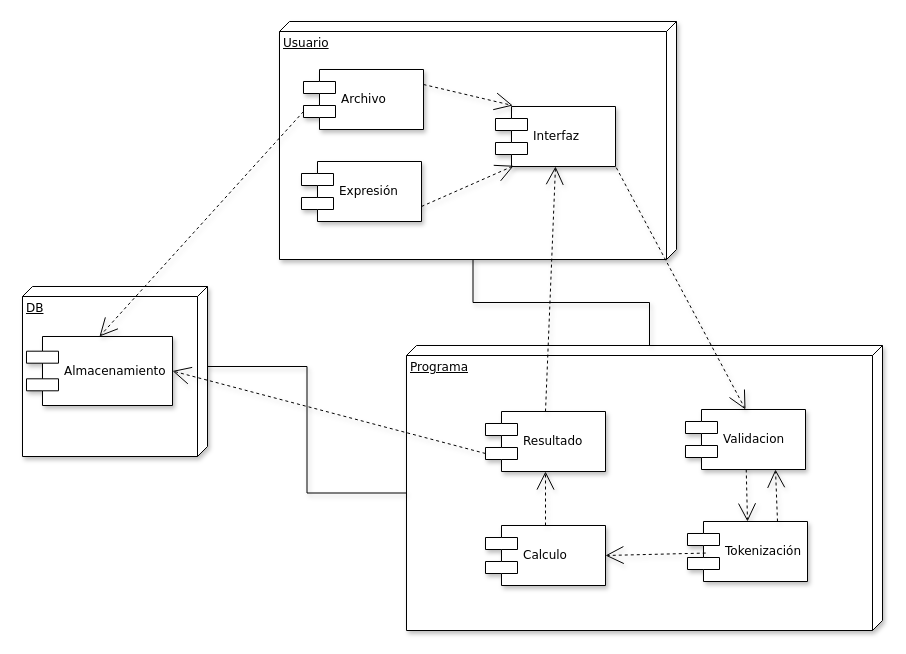
Before: page "Despliegue" (4 of 4) of docs/arquitectura/drawio/Diagramas_Vista_Estructural_Activa_Fisica.drawio.xml in eraymundogonzalez-hash/Proyecto_final-Evaluador_de_expresiones, a draw.io diagram. Source tidied: cells renumbered, new cells numbered last; positions are measured from the earlier drawing's top-left corner, leaving out a move shared by most shapes. Both pictures are drawn from the tidied source at 100%, with x=0, y=0 at pixel (22, 21).
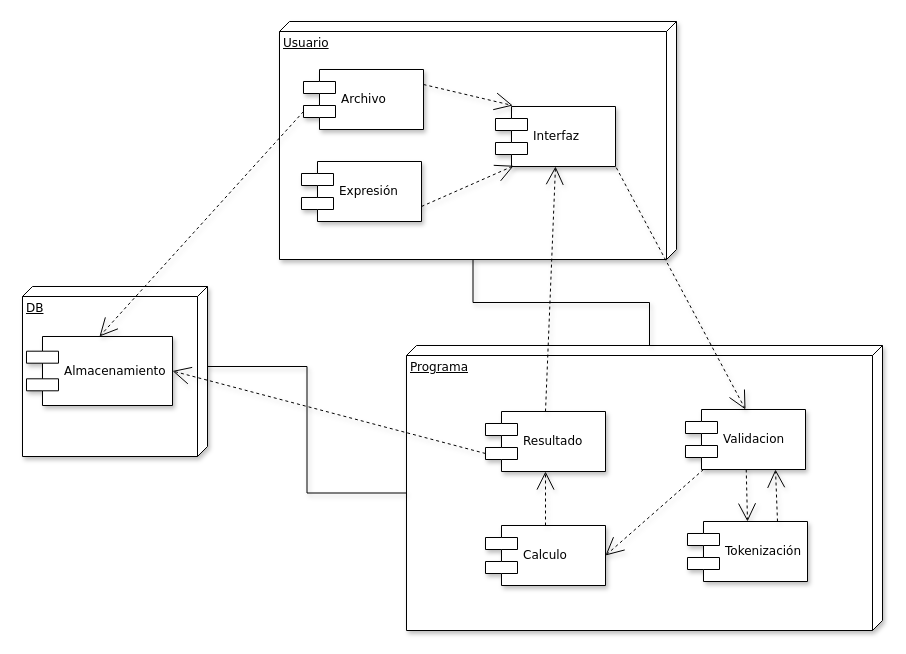
The same diagram, later.

Commit message (it also covers changes not shown here):
diagrama de despliegue corregido

The change refers to these unchanged cells:
```xml
<mxCell id="6" value="Validacion" style="shape=component;align=left;spacingLeft=36;rounded=0;shadow=1;comic=0;labelBackgroundColor=none;strokeWidth=1;fontFamily=Verdana;fontSize=12;html=1;" parent="1" vertex="1">
  <mxGeometry x="663" y="388" width="120" height="60" as="geometry" />
</mxCell>
<mxCell id="9" value="Tokenización" style="shape=component;align=left;spacingLeft=36;rounded=0;shadow=1;comic=0;labelBackgroundColor=none;strokeWidth=1;fontFamily=Verdana;fontSize=12;html=1;" parent="1" vertex="1">
  <mxGeometry x="665" y="500" width="120" height="60" as="geometry" />
</mxCell>
<mxCell id="18" value="Calculo" style="shape=component;align=left;spacingLeft=36;rounded=0;shadow=1;comic=0;labelBackgroundColor=none;strokeWidth=1;fontFamily=Verdana;fontSize=12;html=1;" parent="1" vertex="1">
  <mxGeometry x="463" y="504" width="120" height="60" as="geometry" />
</mxCell>
```

Change to the diagram source:
```diff
@@
-    <mxCell id="17" style="edgeStyle=none;rounded=0;html=1;dashed=1;labelBackgroundColor=none;startArrow=none;startFill=0;startSize=8;endArrow=open;endFill=0;endSize=16;fontFamily=Verdana;fontSize=12;shadow=1;exitX=0.152;exitY=0.526;exitDx=0;exitDy=0;entryX=1;entryY=0.5;entryDx=0;entryDy=0;exitPerimeter=0;" parent="1" edge="1" source="9" target="18">
+    <mxCell id="17" style="edgeStyle=none;rounded=0;html=1;dashed=1;labelBackgroundColor=none;startArrow=none;startFill=0;startSize=8;endArrow=open;endFill=0;endSize=16;fontFamily=Verdana;fontSize=12;shadow=1;exitX=0.15;exitY=1;exitDx=0;exitDy=0;entryX=1;entryY=0.5;entryDx=0;entryDy=0;exitPerimeter=0;" parent="1" edge="1" source="6" target="18">
       <mxGeometry relative="1" as="geometry" />
     </mxCell>
```
